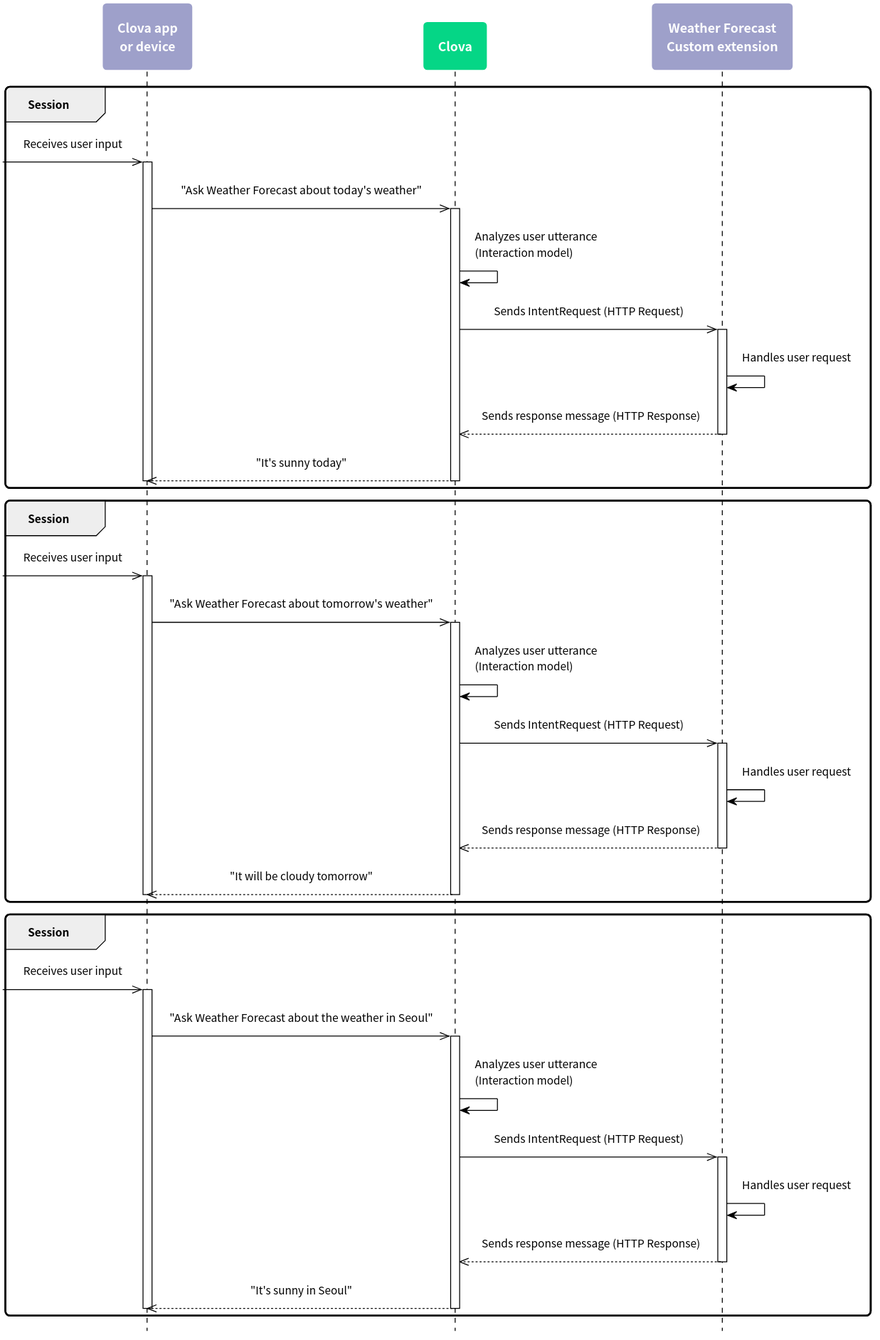
Above: en-KR/Develop/Assets/Images/CEK_Custom_Extension_Sequence_Diagram.svg in Dithn/clova-custom-extension-developer-guide (PlantUML), before the change.
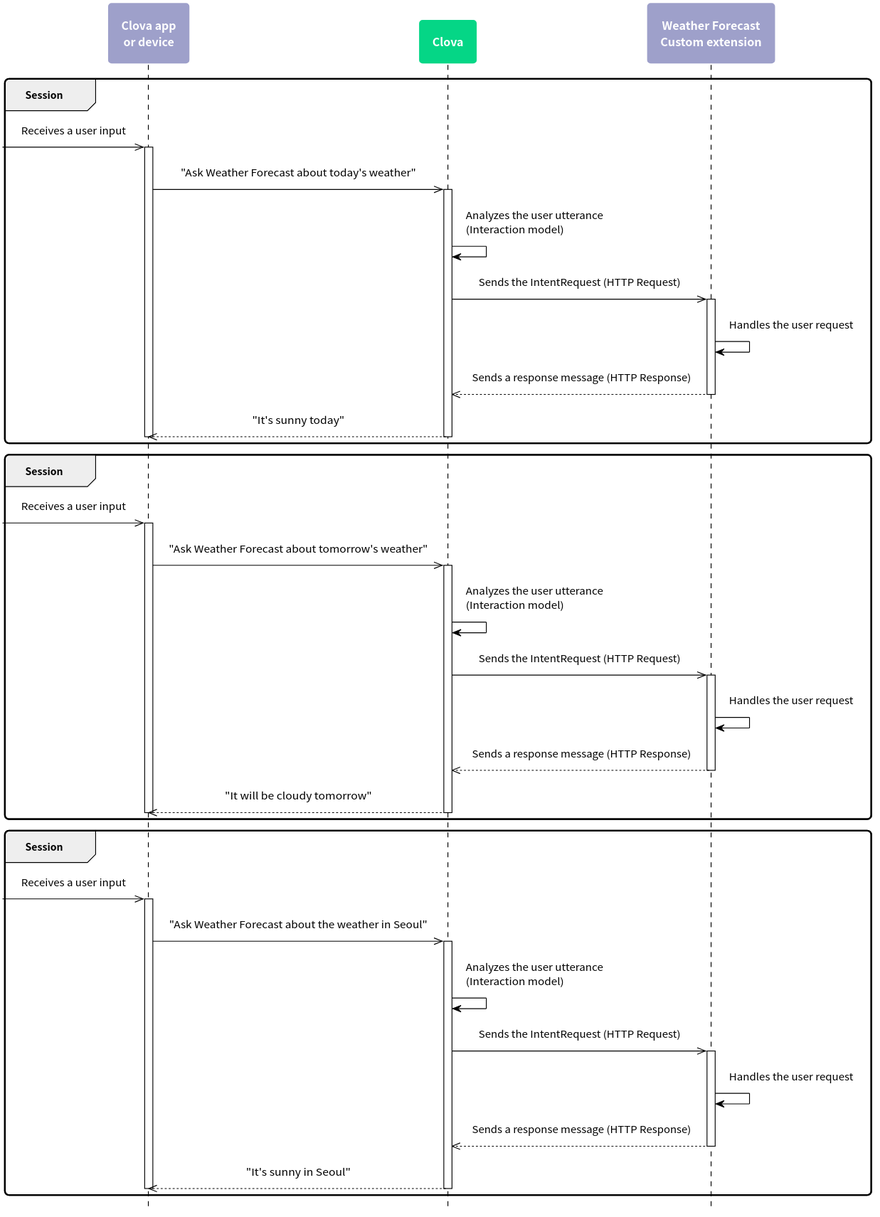
The same file after the commit.

What changed in the source:
```diff
@@ -54,17 +54,17 @@
 participant "Weather Forecast\nCustom extension" as ext #9EA0CA
 
 group Session
-  [->> client: Receives user input
+  [->> client: Receives a user input
   activate client
     client ->> clova: "Ask Weather Forecast about today's weather"
 
     activate clova
-      clova -> clova: Analyzes user utterance\n(Interaction model)
-      clova ->> ext: Sends IntentRequest (HTTP Request)
+      clova -> clova: Analyzes the user utterance\n(Interaction model)
+      clova ->> ext: Sends the IntentRequest (HTTP Request)
 
       activate ext
-        ext -> ext: Handles user request
-        ext -->> clova: Sends response message (HTTP Response)
+        ext -> ext: Handles the user request
+        ext -->> clova: Sends a response message (HTTP Response)
       deactivate ext
 
       clova -->> client: "It's sunny today"
@@ -74,17 +74,17 @@
 end
 
 group Session
-  [->> client: Receives user input
+  [->> client: Receives a user input
   activate client
     client ->> clova: "Ask Weather Forecast about tomorrow's weather"
 
     activate clova
-      clova -> clova: Analyzes user utterance\n(Interaction model)
-      clova ->> ext: Sends IntentRequest (HTTP Request)
+      clova -> clova: Analyzes the user utterance\n(Interaction model)
+      clova ->> ext: Sends the IntentRequest (HTTP Request)
 
       activate ext
-        ext -> ext: Handles user request
-        ext -->> clova: Sends response message (HTTP Response)
+        ext -> ext: Handles the user request
+        ext -->> clova: Sends a response message (HTTP Response)
       deactivate ext
 
       clova -->> client: "It will be cloudy tomorrow"
@@ -94,17 +94,17 @@
 end
 
 group Session
-  [->> client: Receives user input
+  [->> client: Receives a user input
   activate client
     client ->> clova: "Ask Weather Forecast about the weather in Seoul"
 
     activate clova
-      clova -> clova: Analyzes user utterance\n(Interaction model)
-      clova ->> ext: Sends IntentRequest (HTTP Request)
+      clova -> clova: Analyzes the user utterance\n(Interaction model)
+      clova ->> ext: Sends the IntentRequest (HTTP Request)
 
       activate ext
-        ext -> ext: Handles user request
-        ext -->> clova: Sends response message (HTTP Response)
+        ext -> ext: Handles the user request
+        ext -->> clova: Sends a response message (HTTP Response)
       deactivate ext
 
       clova -->> client: "It's sunny in Seoul"
```
